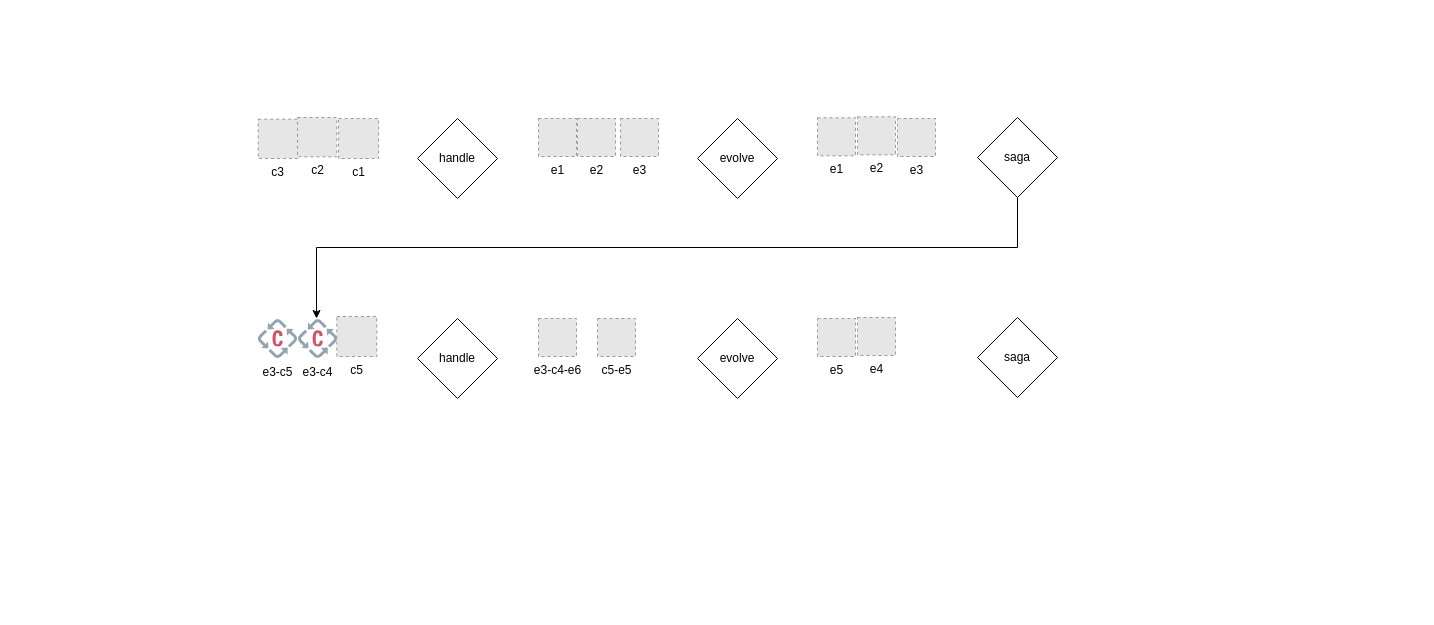
Above: .docs/eventsourcing.drawio in memoria-io/reactive (draw.io), before the change. Source tidied: cells renumbered, new cells numbered last; positions are measured from the earlier drawing's top-left corner, leaving out a move shared by most shapes. Both pictures are drawn from the tidied source at 100%, with x=0, y=0 at pixel (257, 116). Pictures stored in the file or linked from it are replaced by grey dashed boxes.
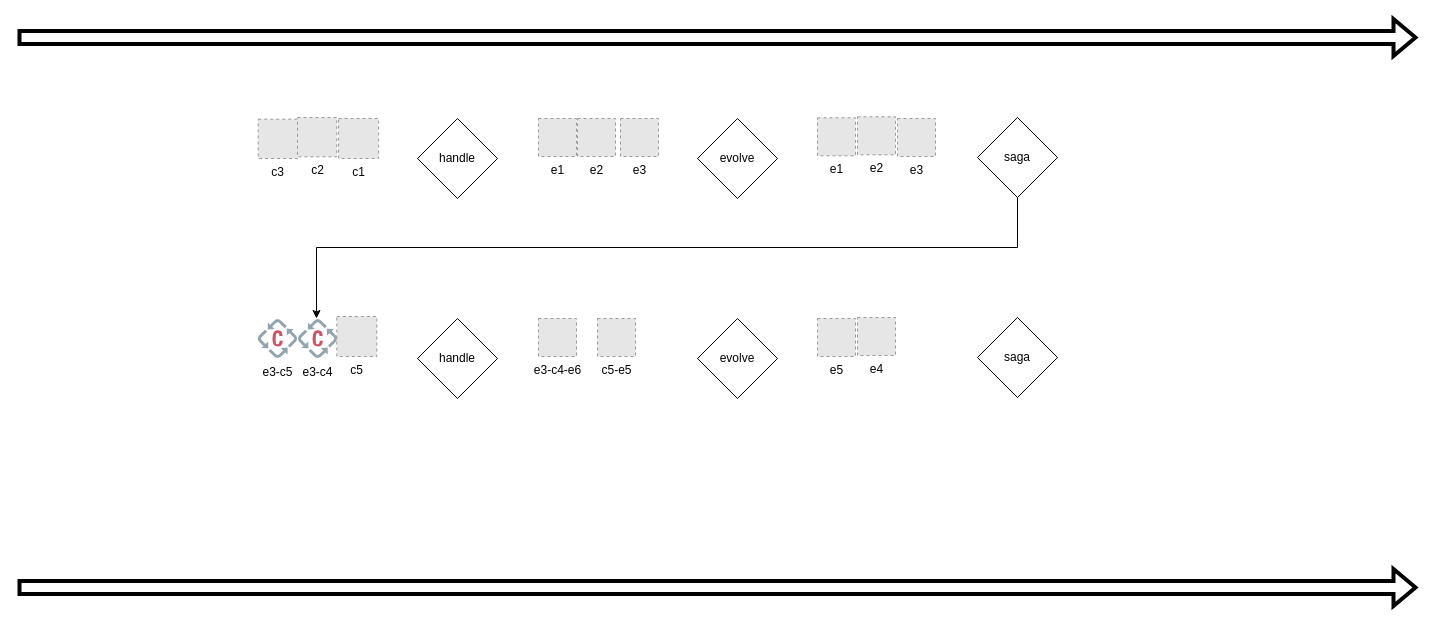
After the change.

The edit, as a diff of the source:
```diff
@@
+    <mxCell id="25" style="shape=flexArrow;endArrow=classic;html=1;rounded=0;strokeWidth=4;" parent="1" edge="1">
+      <mxGeometry relative="1" as="geometry">
+        <mxPoint x="-240" y="-79" as="sourcePoint" />
+        <mxPoint x="1160" y="-79" as="targetPoint" />
+      </mxGeometry>
+    </mxCell>
+    <mxCell id="26" style="shape=flexArrow;endArrow=classic;html=1;rounded=0;strokeWidth=4;" parent="1" edge="1">
+      <mxGeometry relative="1" as="geometry">
+        <mxPoint x="-240" y="471" as="sourcePoint" />
+        <mxPoint x="1160" y="471" as="targetPoint" />
+      </mxGeometry>
+    </mxCell>
```
